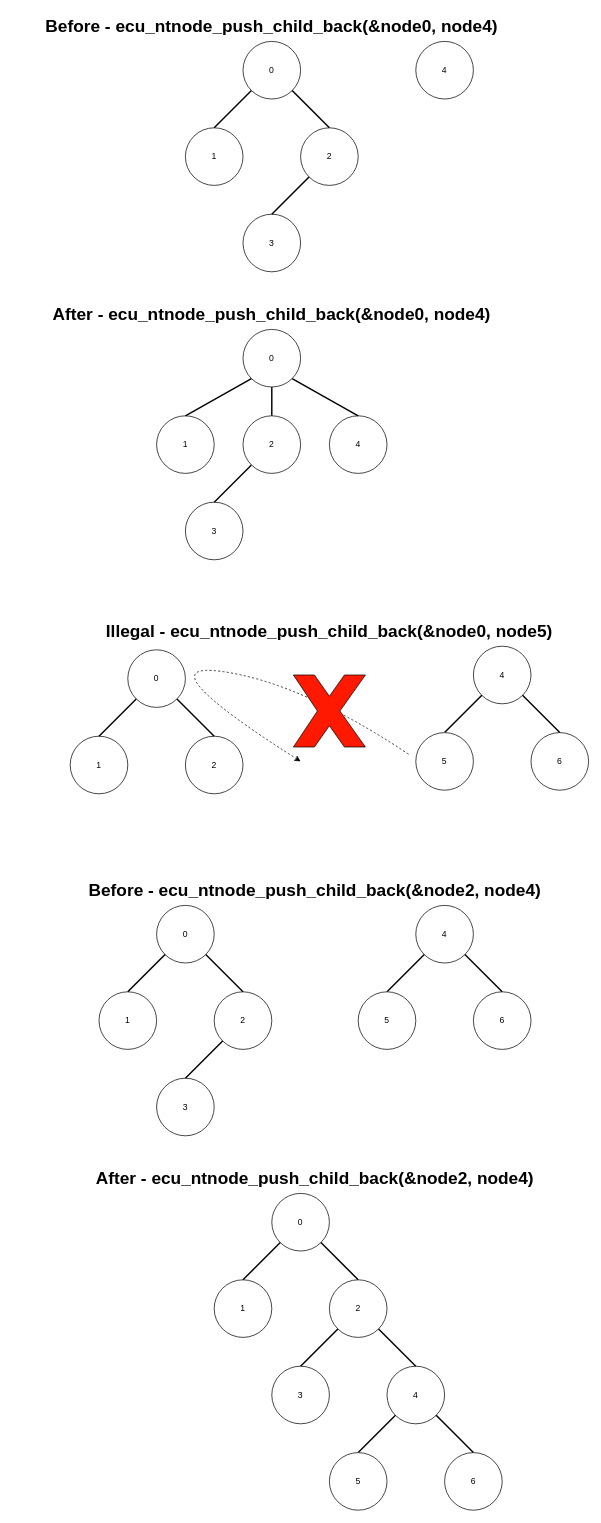
Earlier version of the draw.io diagram page "ecu_ntnode_push_child_back" (23 of 36) of doc/images/ntnode/ntnode.drawio (ress059/ecu). Source tidied: cells renumbered, new cells numbered last; positions are measured from the earlier drawing's top-left corner, leaving out a move shared by most shapes. Both pictures are drawn from the tidied source at 72%, with x=0, y=0 at pixel (12, 12).
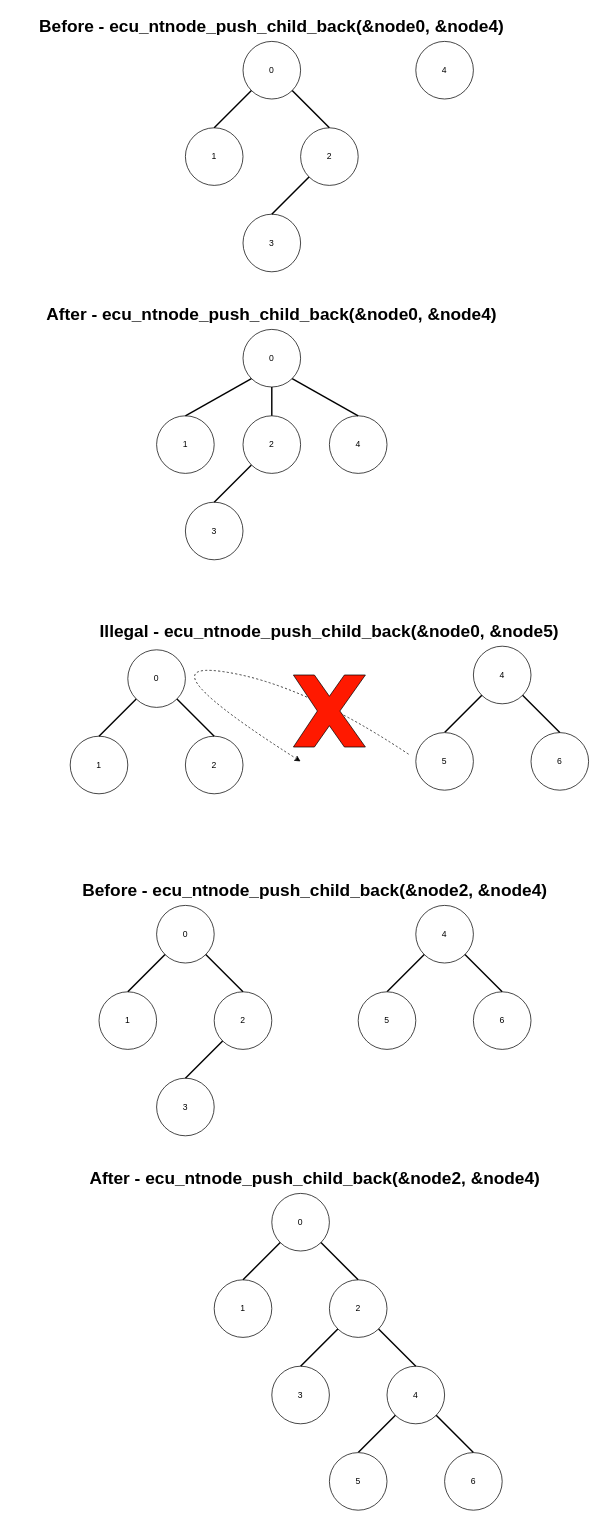
After the change.

The edit, as a diff of the source:
```diff
@@
-    <mxCell id="10" value="&lt;b&gt;&lt;font style=&quot;font-size: 24px;&quot;&gt;Before - ecu_ntnode_push_child_back(&amp;amp;node0, node4)&lt;/font&gt;&lt;/b&gt;" style="text;html=1;strokeColor=none;fillColor=none;align=center;verticalAlign=middle;whiteSpace=wrap;rounded=0;" parent="1" vertex="1">
+    <mxCell id="10" value="&lt;b&gt;&lt;font style=&quot;font-size: 24px;&quot;&gt;Before - ecu_ntnode_push_child_back(&amp;amp;node0, &amp;amp;node4)&lt;/font&gt;&lt;/b&gt;" style="text;html=1;strokeColor=none;fillColor=none;align=center;verticalAlign=middle;whiteSpace=wrap;rounded=0;" parent="1" vertex="1">
       <mxGeometry width="720" height="40" as="geometry" />
     </mxCell>
@@
-    <mxCell id="19" value="&lt;b&gt;&lt;font style=&quot;font-size: 24px;&quot;&gt;After - ecu_ntnode_push_child_back(&amp;amp;node0, node4)&lt;/font&gt;&lt;/b&gt;" style="text;html=1;strokeColor=none;fillColor=none;align=center;verticalAlign=middle;whiteSpace=wrap;rounded=0;" parent="1" vertex="1">
+    <mxCell id="19" value="&lt;b&gt;&lt;font style=&quot;font-size: 24px;&quot;&gt;After - ecu_ntnode_push_child_back(&amp;amp;node0, &amp;amp;node4)&lt;/font&gt;&lt;/b&gt;" style="text;html=1;strokeColor=none;fillColor=none;align=center;verticalAlign=middle;whiteSpace=wrap;rounded=0;" parent="1" vertex="1">
       <mxGeometry y="400" width="720" height="40" as="geometry" />
     </mxCell>
@@
-    <mxCell id="29" value="&lt;b&gt;&lt;font style=&quot;font-size: 24px;&quot;&gt;Before - ecu_ntnode_push_child_back(&amp;amp;node2, node4)&lt;/font&gt;&lt;/b&gt;" style="text;html=1;strokeColor=none;fillColor=none;align=center;verticalAlign=middle;whiteSpace=wrap;rounded=0;" parent="1" vertex="1">
+    <mxCell id="29" value="&lt;b&gt;&lt;font style=&quot;font-size: 24px;&quot;&gt;Before - ecu_ntnode_push_child_back(&amp;amp;node2, &amp;amp;node4)&lt;/font&gt;&lt;/b&gt;" style="text;html=1;strokeColor=none;fillColor=none;align=center;verticalAlign=middle;whiteSpace=wrap;rounded=0;" parent="1" vertex="1">
       <mxGeometry x="80" y="1200" width="680" height="40" as="geometry" />
     </mxCell>
@@
-    <mxCell id="37" value="&lt;b&gt;&lt;font style=&quot;font-size: 24px;&quot;&gt;After - ecu_ntnode_push_child_back(&amp;amp;node2, node4)&lt;/font&gt;&lt;/b&gt;" style="text;html=1;strokeColor=none;fillColor=none;align=center;verticalAlign=middle;whiteSpace=wrap;rounded=0;" parent="1" vertex="1">
+    <mxCell id="37" value="&lt;b&gt;&lt;font style=&quot;font-size: 24px;&quot;&gt;After - ecu_ntnode_push_child_back(&amp;amp;node2, &amp;amp;node4)&lt;/font&gt;&lt;/b&gt;" style="text;html=1;strokeColor=none;fillColor=none;align=center;verticalAlign=middle;whiteSpace=wrap;rounded=0;" parent="1" vertex="1">
       <mxGeometry x="80" y="1600" width="680" height="40" as="geometry" />
     </mxCell>
@@
-    <mxCell id="53" value="&lt;b&gt;&lt;font style=&quot;font-size: 24px;&quot;&gt;Illegal - ecu_ntnode_push_child_back(&amp;amp;node0, node5)&lt;/font&gt;&lt;/b&gt;" style="text;html=1;strokeColor=none;fillColor=none;align=center;verticalAlign=middle;whiteSpace=wrap;rounded=0;" parent="1" vertex="1">
+    <mxCell id="53" value="&lt;b&gt;&lt;font style=&quot;font-size: 24px;&quot;&gt;Illegal - ecu_ntnode_push_child_back(&amp;amp;node0, &amp;amp;node5)&lt;/font&gt;&lt;/b&gt;" style="text;html=1;strokeColor=none;fillColor=none;align=center;verticalAlign=middle;whiteSpace=wrap;rounded=0;" parent="1" vertex="1">
       <mxGeometry x="80" y="840" width="720" height="40" as="geometry" />
     </mxCell>
```
